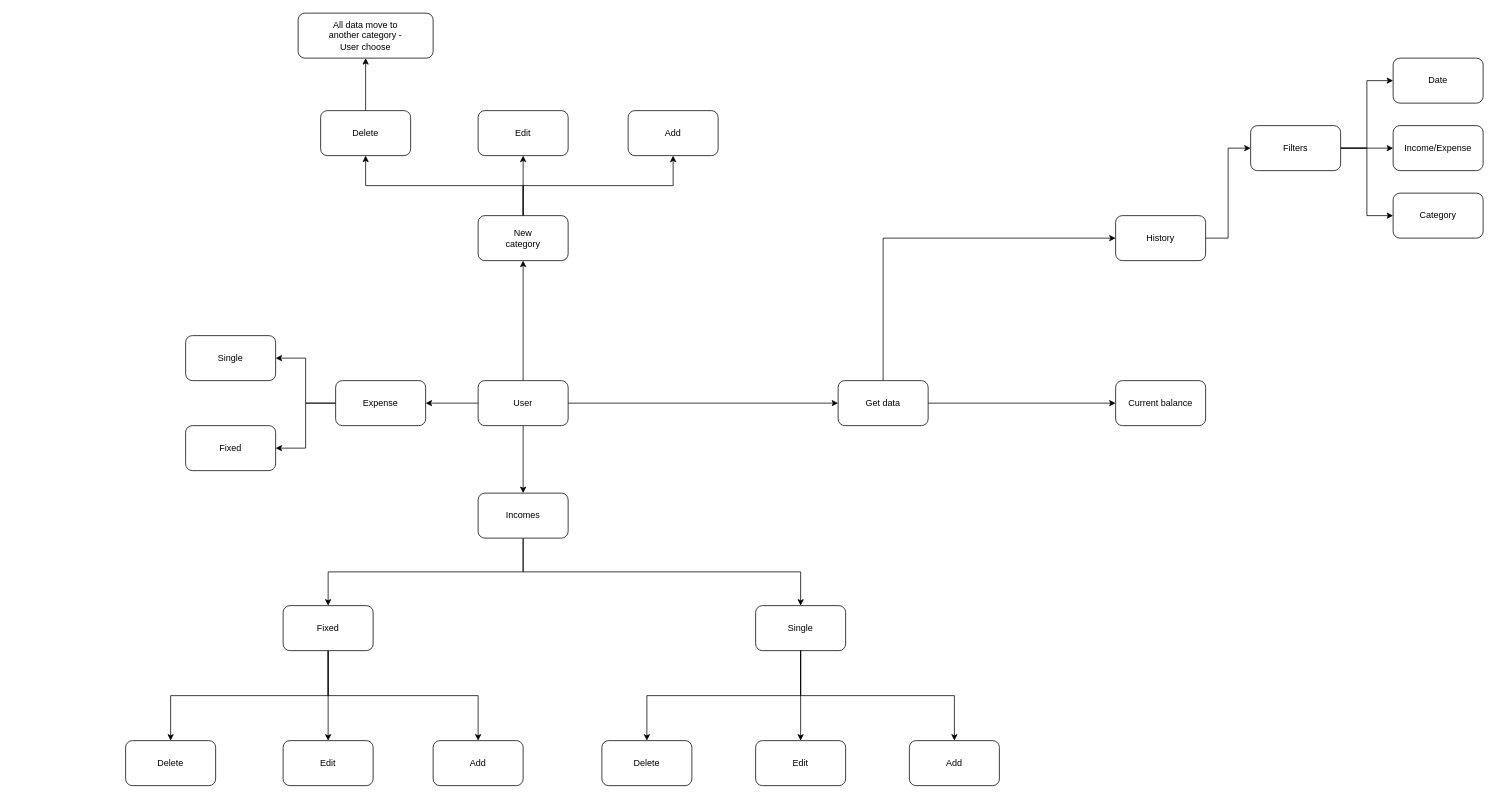
This is page "Balance Flow" (2 of 3) of docs/app.drawio from pjugowiec/finance, a draw.io file, before an edit. Source tidied: cells renumbered, new cells numbered last; positions are measured from the earlier drawing's top-left corner, leaving out a move shared by most shapes. Both pictures are drawn from the tidied source at 75%, with x=0, y=0 at pixel (125, 13).
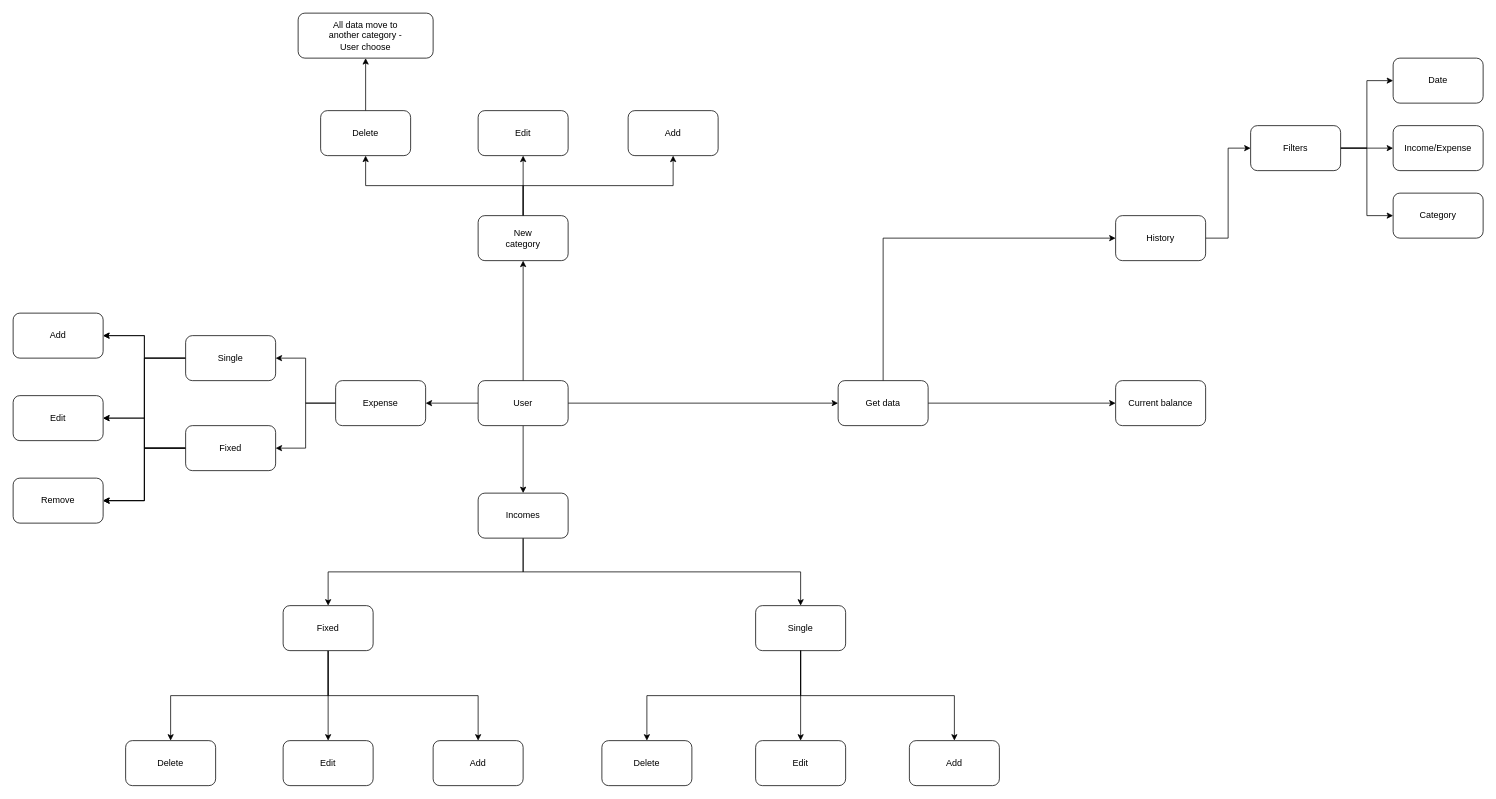
The same diagram, later.

The change refers to these unchanged cells:
```xml
<mxCell id="28" style="rounded=1;whiteSpace=wrap;html=1;" parent="1" vertex="1">
  <mxGeometry x="80" y="430" width="120" height="60" as="geometry" />
</mxCell>
<mxCell id="30" style="rounded=1;whiteSpace=wrap;html=1;" parent="1" vertex="1">
  <mxGeometry x="80" y="550" width="120" height="60" as="geometry" />
</mxCell>
```

Diff of the diagram source:
```diff
@@
+    <mxCell id="68" style="edgeStyle=orthogonalEdgeStyle;rounded=0;jettySize=auto;html=1;exitX=0;exitY=0.5;exitDx=0;exitDy=0;entryX=1;entryY=0.5;entryDx=0;entryDy=0;" parent="1" edge="1" source="28" target="75">
+      <mxGeometry relative="1" as="geometry" />
+    </mxCell>
+    <mxCell id="69" style="edgeStyle=orthogonalEdgeStyle;rounded=0;jettySize=auto;html=1;exitX=0;exitY=0.5;exitDx=0;exitDy=0;entryX=1;entryY=0.5;entryDx=0;entryDy=0;" parent="1" edge="1" source="28" target="77">
+      <mxGeometry relative="1" as="geometry" />
+    </mxCell>
+    <mxCell id="70" style="edgeStyle=orthogonalEdgeStyle;rounded=0;jettySize=auto;html=1;exitX=0;exitY=0.5;exitDx=0;exitDy=0;entryX=1;entryY=0.5;entryDx=0;entryDy=0;" parent="1" edge="1" source="28" target="79">
+      <mxGeometry relative="1" as="geometry" />
+    </mxCell>
@@
+    <mxCell id="71" style="edgeStyle=orthogonalEdgeStyle;rounded=0;jettySize=auto;html=1;exitX=0;exitY=0.5;exitDx=0;exitDy=0;entryX=1;entryY=0.5;entryDx=0;entryDy=0;" parent="1" edge="1" source="30" target="79">
+      <mxGeometry relative="1" as="geometry" />
+    </mxCell>
+    <mxCell id="72" style="edgeStyle=orthogonalEdgeStyle;rounded=0;jettySize=auto;html=1;exitX=0;exitY=0.5;exitDx=0;exitDy=0;entryX=1;entryY=0.5;entryDx=0;entryDy=0;" parent="1" edge="1" source="30" target="77">
+      <mxGeometry relative="1" as="geometry" />
+    </mxCell>
+    <mxCell id="73" style="edgeStyle=orthogonalEdgeStyle;rounded=0;jettySize=auto;html=1;exitX=0;exitY=0.5;exitDx=0;exitDy=0;entryX=1;entryY=0.5;entryDx=0;entryDy=0;" parent="1" edge="1" source="30" target="75">
+      <mxGeometry relative="1" as="geometry" />
+    </mxCell>
+    <mxCell id="74" style="edgeStyle=orthogonalEdgeStyle;rounded=0;jettySize=auto;html=1;exitX=0;exitY=0.5;exitDx=0;exitDy=0;entryX=1;entryY=0.5;entryDx=0;entryDy=0;" parent="1" edge="1" source="30" target="79">
+      <mxGeometry relative="1" as="geometry" />
+    </mxCell>
@@
+    <mxCell id="75" style="rounded=1;whiteSpace=wrap;html=1;" parent="1" vertex="1">
+      <mxGeometry x="-150" y="400" width="120" height="60" as="geometry" />
+    </mxCell>
+    <mxCell id="76" value="Add" style="text;html=1;strokeColor=none;fillColor=none;align=center;verticalAlign=middle;whiteSpace=wrap;rounded=0;" parent="1" vertex="1">
+      <mxGeometry x="-110" y="420" width="40" height="20" as="geometry" />
+    </mxCell>
+    <mxCell id="77" style="rounded=1;whiteSpace=wrap;html=1;" parent="1" vertex="1">
+      <mxGeometry x="-150" y="510" width="120" height="60" as="geometry" />
+    </mxCell>
+    <mxCell id="78" value="Edit" style="text;html=1;strokeColor=none;fillColor=none;align=center;verticalAlign=middle;whiteSpace=wrap;rounded=0;" parent="1" vertex="1">
+      <mxGeometry x="-110" y="530" width="40" height="20" as="geometry" />
+    </mxCell>
+    <mxCell id="79" style="rounded=1;whiteSpace=wrap;html=1;" parent="1" vertex="1">
+      <mxGeometry x="-150" y="620" width="120" height="60" as="geometry" />
+    </mxCell>
+    <mxCell id="80" value="Remove" style="text;html=1;strokeColor=none;fillColor=none;align=center;verticalAlign=middle;whiteSpace=wrap;rounded=0;" parent="1" vertex="1">
+      <mxGeometry x="-110" y="640" width="40" height="20" as="geometry" />
+    </mxCell>
```
